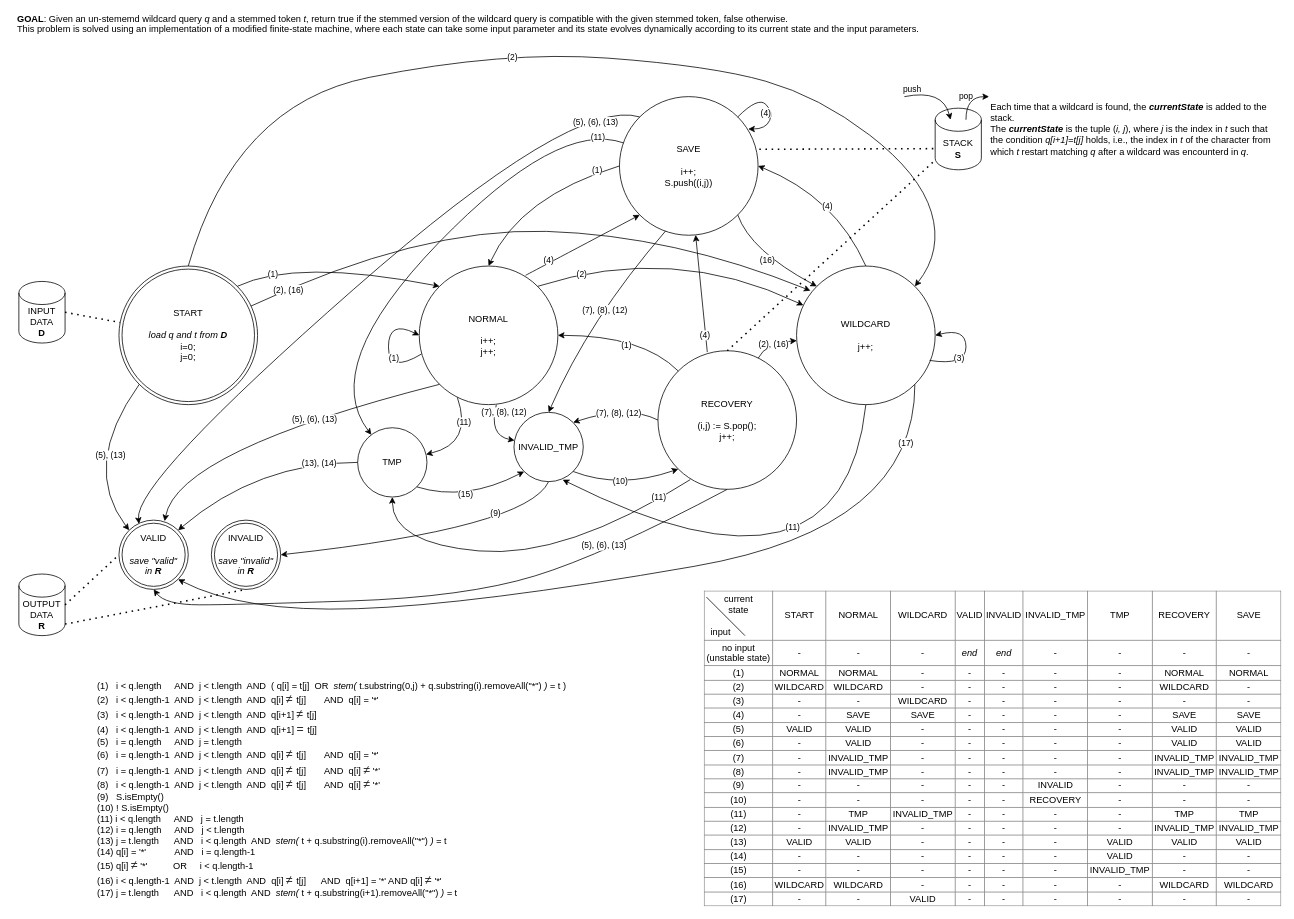
Above: JavaApplication/src/main/java/it/units/informationretrieval/ir_boolean_model/utils/wildcards/MatcherForPermutermIndex.drawio in matteoferfoglia/Information-Retrieval-System (draw.io), before the change. Source tidied: cells renumbered, new cells numbered last; positions are measured from the earlier drawing's top-left corner, leaving out a move shared by most shapes. Both pictures are drawn from the tidied source at 77%, with x=0, y=0 at pixel (13, 21).
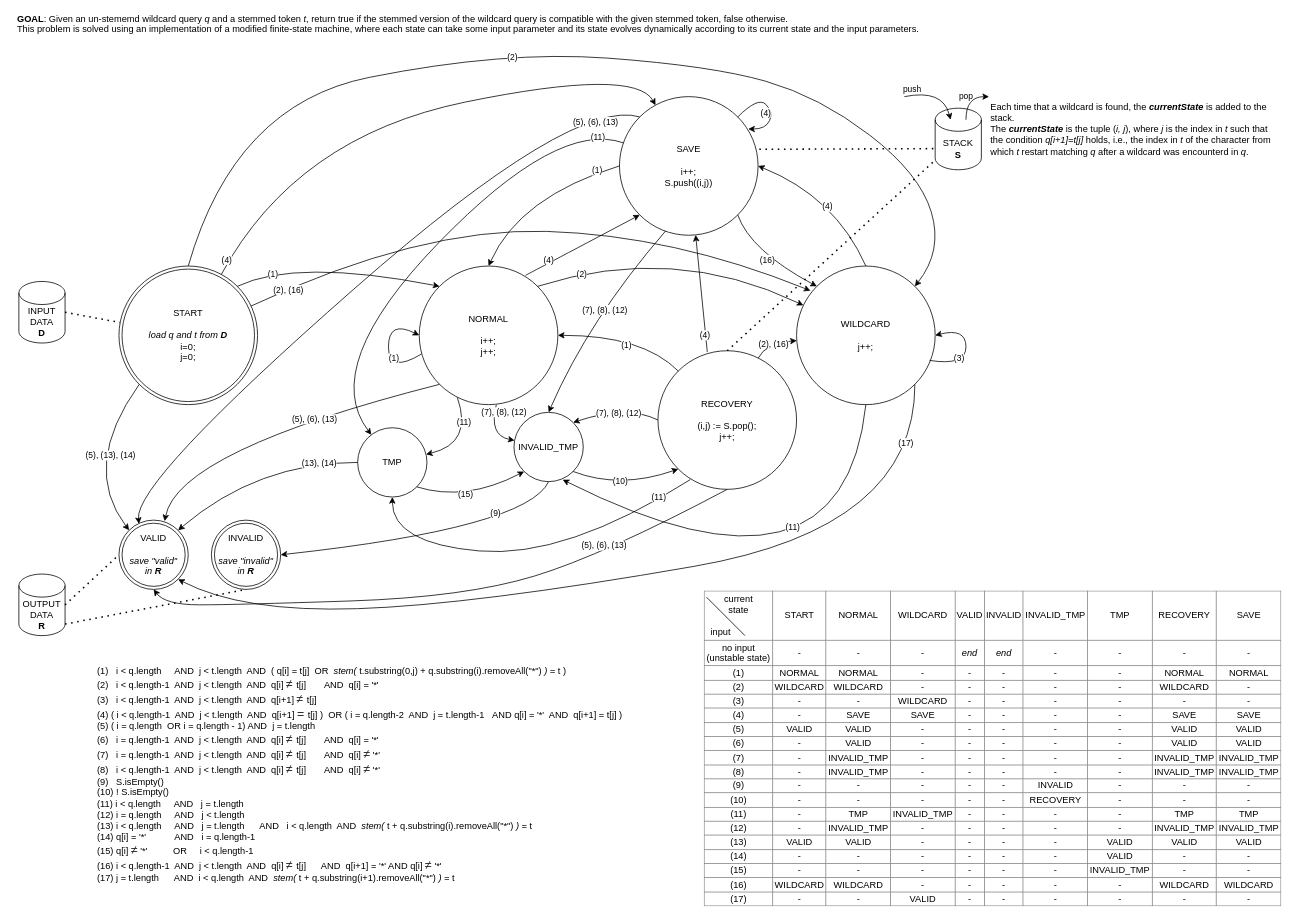
After the change.

Unchanged cells that the change refers to:
```xml
<mxCell id="14" value="SAVE&lt;br&gt;&lt;br&gt;i++;&lt;br&gt;S.push((i,j))" style="ellipse;whiteSpace=wrap;html=1;fillColor=none;" parent="1" vertex="1">
  <mxGeometry x="787" y="98" width="180" height="180" as="geometry" />
</mxCell>
<mxCell id="17" value="START&lt;br&gt;&lt;br&gt;&lt;i&gt;load q and t from &lt;b&gt;D&lt;/b&gt;&lt;/i&gt;&lt;br&gt;i=0;&lt;br&gt;j=0;" style="ellipse;shape=doubleEllipse;whiteSpace=wrap;html=1;fillColor=none;" parent="1" vertex="1">
  <mxGeometry x="137" y="318" width="180" height="180" as="geometry" />
</mxCell>
<mxCell id="60" style="curved=1;endArrow=classic;html=1;rounded=0;exitX=0;exitY=1;exitDx=0;exitDy=0;entryX=0;entryY=0;entryDx=0;entryDy=0;" parent="1" edge="1" source="17" target="20">
  <mxGeometry relative="1" as="geometry">
    <Array as="points">
      <mxPoint x="87" y="578" />
    </Array>
  </mxGeometry>
</mxCell>
```

The edit, as a diff of the source:
```diff
@@
-    <mxCell id="5" value="(1)&amp;nbsp; &amp;nbsp;i &amp;lt; q.length&amp;nbsp; &amp;nbsp; &amp;nbsp;AND&amp;nbsp; j &amp;lt; t.length&amp;nbsp; AND&amp;nbsp; ( q[i] = t[j]&amp;nbsp; OR&amp;nbsp; &lt;i&gt;stem(&amp;nbsp;&lt;/i&gt;t.substring(0,j) + q.substring(i).removeAll(&quot;*&quot;)&amp;nbsp;&lt;i&gt;) =&amp;nbsp;&lt;/i&gt;t )&lt;br&gt;(2)&amp;nbsp; &amp;nbsp;i &amp;lt; q.length-1&amp;nbsp; AND&amp;nbsp; j &amp;lt; t.length&amp;nbsp; AND&amp;nbsp; q[i]&amp;nbsp;&lt;span style=&quot;color: rgb(32 , 33 , 36) ; font-family: &amp;#34;arial&amp;#34; , sans-serif ; font-size: 16px ; background-color: rgb(255 , 255 , 255)&quot;&gt;≠&amp;nbsp;&lt;/span&gt;t[j]&amp;nbsp; &amp;nbsp; &amp;nbsp; &amp;nbsp;AND&amp;nbsp; q[i] = '*'&lt;br&gt;(3)&amp;nbsp; &amp;nbsp;i &amp;lt; q.length-1&amp;nbsp; AND&amp;nbsp;&amp;nbsp;j &amp;lt; t.length&amp;nbsp; AND&amp;nbsp; q[i+1]&amp;nbsp;&lt;span style=&quot;color: rgb(32 , 33 , 36) ; font-family: &amp;#34;arial&amp;#34; , sans-serif ; font-size: 16px ; background-color: rgb(255 , 255 , 255)&quot;&gt;≠&amp;nbsp;&lt;/span&gt;t[j]&lt;br&gt;(4)&amp;nbsp; &amp;nbsp;i &amp;lt; q.length-1&amp;nbsp; AND&amp;nbsp;&amp;nbsp;j &amp;lt; t.length&amp;nbsp; AND&amp;nbsp; q[i+1]&amp;nbsp;&lt;span style=&quot;color: rgb(32 , 33 , 36) ; font-family: &amp;#34;arial&amp;#34; , sans-serif ; font-size: 16px ; background-color: rgb(255 , 255 , 255)&quot;&gt;=&amp;nbsp;&lt;/span&gt;t[j]&lt;br&gt;(5)&amp;nbsp; &amp;nbsp;i = q.length&amp;nbsp; &amp;nbsp; &amp;nbsp;AND&amp;nbsp; j = t.length&lt;br&gt;(6)&amp;nbsp; &amp;nbsp;i = q.length-1&amp;nbsp; AND&amp;nbsp; j &amp;lt; t.length&amp;nbsp; AND&amp;nbsp;&amp;nbsp;q[i]&amp;nbsp;&lt;span style=&quot;color: rgb(32 , 33 , 36) ; font-family: &amp;#34;arial&amp;#34; , sans-serif ; font-size: 16px ; background-color: rgb(255 , 255 , 255)&quot;&gt;≠&amp;nbsp;&lt;/span&gt;t[j]&amp;nbsp; &amp;nbsp; &amp;nbsp; &amp;nbsp;AND&amp;nbsp; q[i] = '*'&lt;br&gt;(7)&amp;nbsp; &amp;nbsp;i = q.length-1&amp;nbsp; AND&amp;nbsp; j &amp;lt; t.length&amp;nbsp; AND&amp;nbsp;&amp;nbsp;q[i]&amp;nbsp;&lt;span style=&quot;color: rgb(32 , 33 , 36) ; font-family: &amp;#34;arial&amp;#34; , sans-serif ; font-size: 16px ; background-color: rgb(255 , 255 , 255)&quot;&gt;≠&amp;nbsp;&lt;/span&gt;t[j]&amp;nbsp; &amp;nbsp; &amp;nbsp; &amp;nbsp;AND&amp;nbsp; q[i]&amp;nbsp;&lt;span style=&quot;color: rgb(32 , 33 , 36) ; font-family: &amp;#34;arial&amp;#34; , sans-serif ; font-size: 16px ; background-color: rgb(255 , 255 , 255)&quot;&gt;≠&lt;/span&gt;&amp;nbsp;'*'&lt;br&gt;(8)&amp;nbsp; &amp;nbsp;i &amp;lt; q.length-1&amp;nbsp; AND&amp;nbsp; j &amp;lt; t.length&amp;nbsp; AND&amp;nbsp; q[i]&amp;nbsp;&lt;span style=&quot;color: rgb(32 , 33 , 36) ; font-family: &amp;#34;arial&amp;#34; , sans-serif ; font-size: 16px ; background-color: rgb(255 , 255 , 255)&quot;&gt;≠&amp;nbsp;&lt;/span&gt;t[j]&amp;nbsp; &amp;nbsp; &amp;nbsp; &amp;nbsp;AND&amp;nbsp; q[i]&amp;nbsp;&lt;span style=&quot;color: rgb(32 , 33 , 36) ; font-family: &amp;#34;arial&amp;#34; , sans-serif ; font-size: 16px ; background-color: rgb(255 , 255 , 255)&quot;&gt;≠&lt;/span&gt;&amp;nbsp;'*'&lt;br&gt;(9)&amp;nbsp; &amp;nbsp;S.isEmpty()&lt;br&gt;(10) ! S.isEmpty()&lt;br&gt;(11) i &amp;lt; q.length&amp;nbsp; &amp;nbsp; &amp;nbsp;AND&amp;nbsp; &amp;nbsp;j = t.length&lt;br&gt;(12) i = q.length&amp;nbsp; &amp;nbsp; &amp;nbsp;AND&amp;nbsp; &amp;nbsp;j &amp;lt; t.length&lt;br&gt;(13) j = t.length&amp;nbsp; &amp;nbsp; &amp;nbsp; AND&amp;nbsp; &amp;nbsp;i &amp;lt; q.length&amp;nbsp; AND&amp;nbsp;&amp;nbsp;&lt;i&gt;stem( &lt;/i&gt;t + q.substring(i).removeAll(&quot;*&quot;)&amp;nbsp;&lt;i&gt;) = &lt;/i&gt;t&lt;br&gt;(14) q[i] = '*'&amp;nbsp; &amp;nbsp; &amp;nbsp; &amp;nbsp; &amp;nbsp; &amp;nbsp;AND&amp;nbsp; &amp;nbsp;i = q.length-1&lt;br&gt;(15) q[i]&amp;nbsp;&lt;span style=&quot;color: rgb(32 , 33 , 36) ; font-family: &amp;#34;arial&amp;#34; , sans-serif ; font-size: 16px ; background-color: rgb(255 , 255 , 255)&quot;&gt;≠&lt;/span&gt;&amp;nbsp;'*'&amp;nbsp; &amp;nbsp; &amp;nbsp; &amp;nbsp; &amp;nbsp; OR&amp;nbsp; &amp;nbsp; &amp;nbsp;i &amp;lt; q.length-1&lt;br&gt;(16) i &amp;lt; q.length-1&amp;nbsp; AND&amp;nbsp; j &amp;lt; t.length&amp;nbsp; AND&amp;nbsp; q[i]&amp;nbsp;&lt;span style=&quot;color: rgb(32 , 33 , 36) ; font-family: &amp;#34;arial&amp;#34; , sans-serif ; font-size: 16px ; background-color: rgb(255 , 255 , 255)&quot;&gt;≠&amp;nbsp;&lt;/span&gt;t[j]&amp;nbsp; &amp;nbsp; &amp;nbsp; AND&amp;nbsp; q[i+1] = '*' AND q[i]&amp;nbsp;&lt;span style=&quot;color: rgb(32 , 33 , 36) ; font-family: &amp;#34;arial&amp;#34; , sans-serif ; font-size: 16px ; background-color: rgb(255 , 255 , 255)&quot;&gt;≠&lt;/span&gt;&amp;nbsp;'*'&lt;br&gt;(17) j = t.length&amp;nbsp; &amp;nbsp; &amp;nbsp; AND&amp;nbsp; &amp;nbsp;i &amp;lt; q.length&amp;nbsp; AND&amp;nbsp;&amp;nbsp;&lt;i&gt;stem(&amp;nbsp;&lt;/i&gt;t + q.substring(i+1).removeAll(&quot;*&quot;)&amp;nbsp;&lt;i&gt;) =&amp;nbsp;&lt;/i&gt;t" style="text;html=1;strokeColor=none;fillColor=none;align=left;verticalAlign=top;whiteSpace=wrap;rounded=0;" parent="1" vertex="1">
-      <mxGeometry x="107" y="850" width="740" height="290" as="geometry" />
+    <mxCell id="5" value="(1)&amp;nbsp; &amp;nbsp;i &amp;lt; q.length&amp;nbsp; &amp;nbsp; &amp;nbsp;AND&amp;nbsp; j &amp;lt; t.length&amp;nbsp; AND&amp;nbsp; ( q[i] = t[j]&amp;nbsp; OR&amp;nbsp; &lt;i&gt;stem(&amp;nbsp;&lt;/i&gt;t.substring(0,j) + q.substring(i).removeAll(&quot;*&quot;)&amp;nbsp;&lt;i&gt;) =&amp;nbsp;&lt;/i&gt;t )&lt;br&gt;(2)&amp;nbsp; &amp;nbsp;i &amp;lt; q.length-1&amp;nbsp; AND&amp;nbsp; j &amp;lt; t.length&amp;nbsp; AND&amp;nbsp; q[i]&amp;nbsp;&lt;span style=&quot;color: rgb(32 , 33 , 36) ; font-family: &amp;#34;arial&amp;#34; , sans-serif ; font-size: 16px ; background-color: rgb(255 , 255 , 255)&quot;&gt;≠&amp;nbsp;&lt;/span&gt;t[j]&amp;nbsp; &amp;nbsp; &amp;nbsp; &amp;nbsp;AND&amp;nbsp; q[i] = '*'&lt;br&gt;(3)&amp;nbsp; &amp;nbsp;i &amp;lt; q.length-1&amp;nbsp; AND&amp;nbsp;&amp;nbsp;j &amp;lt; t.length&amp;nbsp; AND&amp;nbsp; q[i+1]&amp;nbsp;&lt;span style=&quot;color: rgb(32 , 33 , 36) ; font-family: &amp;#34;arial&amp;#34; , sans-serif ; font-size: 16px ; background-color: rgb(255 , 255 , 255)&quot;&gt;≠&amp;nbsp;&lt;/span&gt;t[j]&lt;br&gt;(4) ( i &amp;lt; q.length-1&amp;nbsp; AND&amp;nbsp;&amp;nbsp;j &amp;lt; t.length&amp;nbsp; AND&amp;nbsp; q[i+1]&amp;nbsp;&lt;span style=&quot;color: rgb(32 , 33 , 36) ; font-family: &amp;#34;arial&amp;#34; , sans-serif ; font-size: 16px ; background-color: rgb(255 , 255 , 255)&quot;&gt;=&amp;nbsp;&lt;/span&gt;t[j] )&amp;nbsp; OR ( i = q.length-2&amp;nbsp; AND&amp;nbsp; j = t.length-1&amp;nbsp; &amp;nbsp;AND q[i] = '*'&amp;nbsp; AND&amp;nbsp; q[i+1] = t[j] )&lt;br&gt;(5) ( i = q.length&amp;nbsp; OR i = q.length - 1) AND&amp;nbsp; j = t.length&lt;br&gt;(6)&amp;nbsp; &amp;nbsp;i = q.length-1&amp;nbsp; AND&amp;nbsp; j &amp;lt; t.length&amp;nbsp; AND&amp;nbsp;&amp;nbsp;q[i]&amp;nbsp;&lt;span style=&quot;color: rgb(32 , 33 , 36) ; font-family: &amp;#34;arial&amp;#34; , sans-serif ; font-size: 16px ; background-color: rgb(255 , 255 , 255)&quot;&gt;≠&amp;nbsp;&lt;/span&gt;t[j]&amp;nbsp; &amp;nbsp; &amp;nbsp; &amp;nbsp;AND&amp;nbsp; q[i] = '*'&lt;br&gt;(7)&amp;nbsp; &amp;nbsp;i = q.length-1&amp;nbsp; AND&amp;nbsp; j &amp;lt; t.length&amp;nbsp; AND&amp;nbsp;&amp;nbsp;q[i]&amp;nbsp;&lt;span style=&quot;color: rgb(32 , 33 , 36) ; font-family: &amp;#34;arial&amp;#34; , sans-serif ; font-size: 16px ; background-color: rgb(255 , 255 , 255)&quot;&gt;≠&amp;nbsp;&lt;/span&gt;t[j]&amp;nbsp; &amp;nbsp; &amp;nbsp; &amp;nbsp;AND&amp;nbsp; q[i]&amp;nbsp;&lt;span style=&quot;color: rgb(32 , 33 , 36) ; font-family: &amp;#34;arial&amp;#34; , sans-serif ; font-size: 16px ; background-color: rgb(255 , 255 , 255)&quot;&gt;≠&lt;/span&gt;&amp;nbsp;'*'&lt;br&gt;(8)&amp;nbsp; &amp;nbsp;i &amp;lt; q.length-1&amp;nbsp; AND&amp;nbsp; j &amp;lt; t.length&amp;nbsp; AND&amp;nbsp; q[i]&amp;nbsp;&lt;span style=&quot;color: rgb(32 , 33 , 36) ; font-family: &amp;#34;arial&amp;#34; , sans-serif ; font-size: 16px ; background-color: rgb(255 , 255 , 255)&quot;&gt;≠&amp;nbsp;&lt;/span&gt;t[j]&amp;nbsp; &amp;nbsp; &amp;nbsp; &amp;nbsp;AND&amp;nbsp; q[i]&amp;nbsp;&lt;span style=&quot;color: rgb(32 , 33 , 36) ; font-family: &amp;#34;arial&amp;#34; , sans-serif ; font-size: 16px ; background-color: rgb(255 , 255 , 255)&quot;&gt;≠&lt;/span&gt;&amp;nbsp;'*'&lt;br&gt;(9)&amp;nbsp; &amp;nbsp;S.isEmpty()&lt;br&gt;(10) ! S.isEmpty()&lt;br&gt;(11) i &amp;lt; q.length&amp;nbsp; &amp;nbsp; &amp;nbsp;AND&amp;nbsp; &amp;nbsp;j = t.length&lt;br&gt;(12) i = q.length&amp;nbsp; &amp;nbsp; &amp;nbsp;AND&amp;nbsp; &amp;nbsp;j &amp;lt; t.length&lt;br&gt;(13) i &amp;lt; q.length&amp;nbsp; &amp;nbsp; &amp;nbsp;AND&amp;nbsp; &amp;nbsp;j = t.length&amp;nbsp; &amp;nbsp; &amp;nbsp; AND&amp;nbsp; &amp;nbsp;i &amp;lt; q.length&amp;nbsp; AND&amp;nbsp;&amp;nbsp;&lt;i&gt;stem( &lt;/i&gt;t + q.substring(i).removeAll(&quot;*&quot;)&amp;nbsp;&lt;i&gt;) = &lt;/i&gt;t&lt;br&gt;(14) q[i] = '*'&amp;nbsp; &amp;nbsp; &amp;nbsp; &amp;nbsp; &amp;nbsp; &amp;nbsp;AND&amp;nbsp; &amp;nbsp;i = q.length-1&lt;br&gt;(15) q[i]&amp;nbsp;&lt;span style=&quot;color: rgb(32 , 33 , 36) ; font-family: &amp;#34;arial&amp;#34; , sans-serif ; font-size: 16px ; background-color: rgb(255 , 255 , 255)&quot;&gt;≠&lt;/span&gt;&amp;nbsp;'*'&amp;nbsp; &amp;nbsp; &amp;nbsp; &amp;nbsp; &amp;nbsp; OR&amp;nbsp; &amp;nbsp; &amp;nbsp;i &amp;lt; q.length-1&lt;br&gt;(16) i &amp;lt; q.length-1&amp;nbsp; AND&amp;nbsp; j &amp;lt; t.length&amp;nbsp; AND&amp;nbsp; q[i]&amp;nbsp;&lt;span style=&quot;color: rgb(32 , 33 , 36) ; font-family: &amp;#34;arial&amp;#34; , sans-serif ; font-size: 16px ; background-color: rgb(255 , 255 , 255)&quot;&gt;≠&amp;nbsp;&lt;/span&gt;t[j]&amp;nbsp; &amp;nbsp; &amp;nbsp; AND&amp;nbsp; q[i+1] = '*' AND q[i]&amp;nbsp;&lt;span style=&quot;color: rgb(32 , 33 , 36) ; font-family: &amp;#34;arial&amp;#34; , sans-serif ; font-size: 16px ; background-color: rgb(255 , 255 , 255)&quot;&gt;≠&lt;/span&gt;&amp;nbsp;'*'&lt;br&gt;(17) j = t.length&amp;nbsp; &amp;nbsp; &amp;nbsp; AND&amp;nbsp; i &amp;lt; q.length&amp;nbsp; AND&amp;nbsp;&amp;nbsp;&lt;i&gt;stem(&amp;nbsp;&lt;/i&gt;t + q.substring(i+1).removeAll(&quot;*&quot;)&amp;nbsp;&lt;i&gt;) =&amp;nbsp;&lt;/i&gt;t" style="text;html=1;strokeColor=none;fillColor=none;align=left;verticalAlign=top;whiteSpace=wrap;rounded=0;" parent="1" vertex="1">
+      <mxGeometry x="107" y="830" width="740" height="310" as="geometry" />
     </mxCell>
@@
-    <mxCell id="61" value="(5), (13)" style="edgeLabel;html=1;align=center;verticalAlign=middle;" parent="60" vertex="1">
+    <mxCell id="61" value="(5), (13), (14)" style="edgeLabel;html=1;align=center;verticalAlign=middle;" parent="60" vertex="1">
       <mxGeometry x="-0.02" y="-13" relative="1" as="geometry">
         <mxPoint x="40" y="6" as="offset" />
       </mxGeometry>
     </mxCell>
@@
+    <mxCell id="89" style="curved=1;endArrow=classic;html=1;rounded=0;" parent="1" edge="1" source="17" target="14">
+      <mxGeometry relative="1" as="geometry">
+        <Array as="points">
+          <mxPoint x="367" y="150" />
+          <mxPoint x="807" y="60" />
+        </Array>
+      </mxGeometry>
+    </mxCell>
+    <mxCell id="90" value="(4)" style="edgeLabel;html=1;align=center;verticalAlign=middle;" parent="89" vertex="1">
+      <mxGeometry x="-0.02" y="-13" relative="1" as="geometry">
+        <mxPoint x="-234" y="176" as="offset" />
+      </mxGeometry>
+    </mxCell>
```
